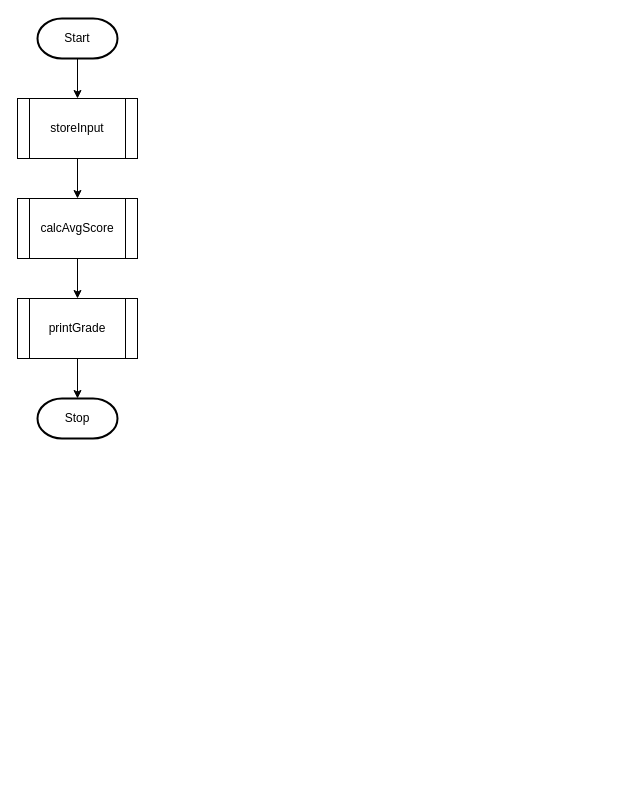
This is score_avg.drawio from Jebbxrs/c_proj, a draw.io file, before an edit. Source tidied: cells renumbered, new cells numbered last; positions are measured from the earlier drawing's top-left corner, leaving out a move shared by most shapes. Both pictures are drawn from the tidied source at 100%, with x=0, y=0 at pixel (17, 18).
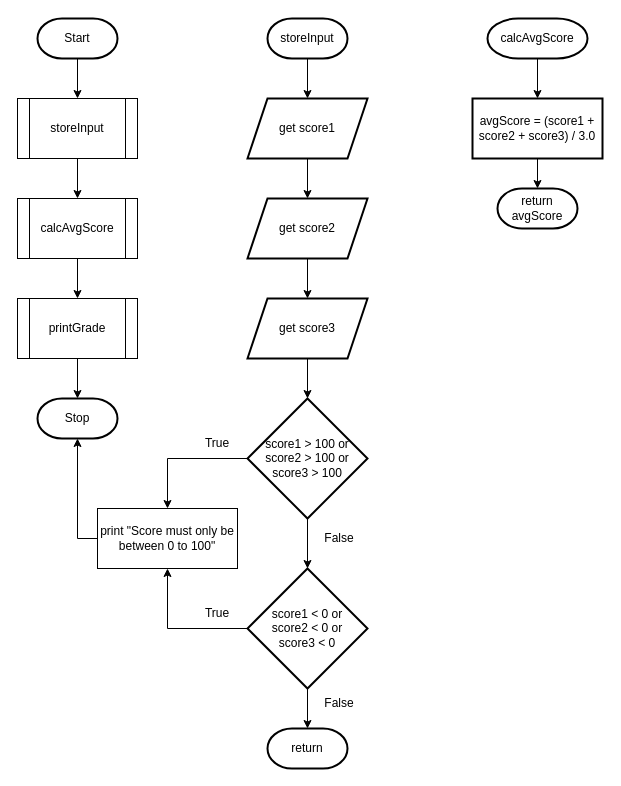
After the change.

The change refers to these unchanged cells:
```xml
<mxCell id="10" value="Stop" style="strokeWidth=2;html=1;shape=mxgraph.flowchart.terminator;whiteSpace=wrap;" parent="1" vertex="1">
  <mxGeometry x="20" y="380" width="80" height="40" as="geometry" />
</mxCell>
```

What changed in the source:
```diff
@@
+    <mxCell id="11" style="edgeStyle=orthogonalEdgeStyle;rounded=0;jettySize=auto;html=1;" parent="1" edge="1" source="12" target="14">
+      <mxGeometry relative="1" as="geometry" />
+    </mxCell>
+    <mxCell id="12" value="storeInput" style="strokeWidth=2;html=1;shape=mxgraph.flowchart.terminator;whiteSpace=wrap;" parent="1" vertex="1">
+      <mxGeometry x="250" width="80" height="40" as="geometry" />
+    </mxCell>
+    <mxCell id="13" style="edgeStyle=orthogonalEdgeStyle;rounded=0;jettySize=auto;html=1;" parent="1" edge="1" source="14" target="16">
+      <mxGeometry relative="1" as="geometry" />
+    </mxCell>
+    <mxCell id="14" value="get score1" style="shape=parallelogram;perimeter=parallelogramPerimeter;whiteSpace=wrap;html=1;fixedSize=1;strokeWidth=2;" parent="1" vertex="1">
+      <mxGeometry x="230" y="80" width="120" height="60" as="geometry" />
+    </mxCell>
+    <mxCell id="15" style="edgeStyle=orthogonalEdgeStyle;rounded=0;jettySize=auto;html=1;" parent="1" edge="1" source="16" target="18">
+      <mxGeometry relative="1" as="geometry" />
+    </mxCell>
+    <mxCell id="16" value="get score2" style="shape=parallelogram;perimeter=parallelogramPerimeter;whiteSpace=wrap;html=1;fixedSize=1;strokeWidth=2;" parent="1" vertex="1">
+      <mxGeometry x="230" y="180" width="120" height="60" as="geometry" />
+    </mxCell>
+    <mxCell id="17" style="edgeStyle=orthogonalEdgeStyle;rounded=0;jettySize=auto;html=1;" parent="1" edge="1" source="18" target="21">
+      <mxGeometry relative="1" as="geometry" />
+    </mxCell>
+    <mxCell id="18" value="get score3" style="shape=parallelogram;perimeter=parallelogramPerimeter;whiteSpace=wrap;html=1;fixedSize=1;strokeWidth=2;" parent="1" vertex="1">
+      <mxGeometry x="230" y="280" width="120" height="60" as="geometry" />
+    </mxCell>
+    <mxCell id="19" style="edgeStyle=orthogonalEdgeStyle;rounded=0;jettySize=auto;html=1;" parent="1" edge="1" source="21" target="23">
+      <mxGeometry relative="1" as="geometry" />
+    </mxCell>
+    <mxCell id="20" style="edgeStyle=orthogonalEdgeStyle;rounded=0;jettySize=auto;html=1;entryX=0.5;entryY=0;entryDx=0;entryDy=0;" parent="1" edge="1" source="21" target="26">
+      <mxGeometry relative="1" as="geometry" />
+    </mxCell>
+    <mxCell id="21" value="score1 &amp;gt; 100 or score2 &amp;gt; 100 or score3 &amp;gt; 100" style="rhombus;whiteSpace=wrap;html=1;strokeWidth=2;" parent="1" vertex="1">
+      <mxGeometry x="230" y="380" width="120" height="120" as="geometry" />
+    </mxCell>
+    <mxCell id="22" style="edgeStyle=orthogonalEdgeStyle;rounded=0;jettySize=auto;html=1;entryX=0.5;entryY=1;entryDx=0;entryDy=0;" parent="1" edge="1" source="23" target="26">
+      <mxGeometry relative="1" as="geometry" />
+    </mxCell>
+    <mxCell id="23" value="score1 &amp;lt; 0 or &lt;br&gt;score2 &amp;lt; 0 or &lt;br&gt;score3 &amp;lt; 0" style="rhombus;whiteSpace=wrap;html=1;strokeWidth=2;" parent="1" vertex="1">
+      <mxGeometry x="230" y="550" width="120" height="120" as="geometry" />
+    </mxCell>
+    <mxCell id="24" value="return" style="strokeWidth=2;html=1;shape=mxgraph.flowchart.terminator;whiteSpace=wrap;" parent="1" vertex="1">
+      <mxGeometry x="250" y="710" width="80" height="40" as="geometry" />
+    </mxCell>
+    <mxCell id="25" style="edgeStyle=orthogonalEdgeStyle;rounded=0;jettySize=auto;html=1;entryX=0.5;entryY=0;entryDx=0;entryDy=0;entryPerimeter=0;" parent="1" edge="1" source="23" target="24">
+      <mxGeometry relative="1" as="geometry" />
+    </mxCell>
+    <mxCell id="26" value="print &quot;Score must only be between 0 to 100&quot;" style="rounded=0;whiteSpace=wrap;html=1;" parent="1" vertex="1">
+      <mxGeometry x="80" y="490" width="140" height="60" as="geometry" />
+    </mxCell>
+    <mxCell id="27" style="edgeStyle=orthogonalEdgeStyle;rounded=0;jettySize=auto;html=1;entryX=0.5;entryY=1;entryDx=0;entryDy=0;entryPerimeter=0;" parent="1" edge="1" source="26" target="10">
+      <mxGeometry relative="1" as="geometry">
+        <Array as="points">
+          <mxPoint x="60" y="520" />
+        </Array>
+      </mxGeometry>
+    </mxCell>
+    <mxCell id="28" style="edgeStyle=orthogonalEdgeStyle;rounded=0;jettySize=auto;html=1;" parent="1" edge="1" source="29" target="31">
+      <mxGeometry relative="1" as="geometry" />
+    </mxCell>
+    <mxCell id="29" value="calcAvgScore" style="strokeWidth=2;html=1;shape=mxgraph.flowchart.terminator;whiteSpace=wrap;" parent="1" vertex="1">
+      <mxGeometry x="470" width="100" height="40" as="geometry" />
+    </mxCell>
+    <mxCell id="30" style="edgeStyle=orthogonalEdgeStyle;rounded=0;jettySize=auto;html=1;" parent="1" edge="1" source="31" target="32">
+      <mxGeometry relative="1" as="geometry" />
+    </mxCell>
+    <mxCell id="31" value="avgScore = (score1 + score2 + score3) / 3.0" style="whiteSpace=wrap;html=1;strokeWidth=2;" parent="1" vertex="1">
+      <mxGeometry x="455" y="80" width="130" height="60" as="geometry" />
+    </mxCell>
+    <mxCell id="32" value="return avgScore" style="strokeWidth=2;html=1;shape=mxgraph.flowchart.terminator;whiteSpace=wrap;" parent="1" vertex="1">
+      <mxGeometry x="480" y="170" width="80" height="40" as="geometry" />
+    </mxCell>
+    <mxCell id="33" value="True" style="text;html=1;strokeColor=none;fillColor=none;align=center;verticalAlign=middle;whiteSpace=wrap;rounded=0;" parent="1" vertex="1">
+      <mxGeometry x="170" y="410" width="60" height="30" as="geometry" />
+    </mxCell>
+    <mxCell id="34" value="True" style="text;html=1;strokeColor=none;fillColor=none;align=center;verticalAlign=middle;whiteSpace=wrap;rounded=0;" parent="1" vertex="1">
+      <mxGeometry x="170" y="580" width="60" height="30" as="geometry" />
+    </mxCell>
+    <mxCell id="35" value="False" style="text;html=1;strokeColor=none;fillColor=none;align=center;verticalAlign=middle;whiteSpace=wrap;rounded=0;" parent="1" vertex="1">
+      <mxGeometry x="292" y="505" width="60" height="30" as="geometry" />
+    </mxCell>
+    <mxCell id="36" value="False" style="text;html=1;strokeColor=none;fillColor=none;align=center;verticalAlign=middle;whiteSpace=wrap;rounded=0;" parent="1" vertex="1">
+      <mxGeometry x="292" y="670" width="60" height="30" as="geometry" />
+    </mxCell>
```
